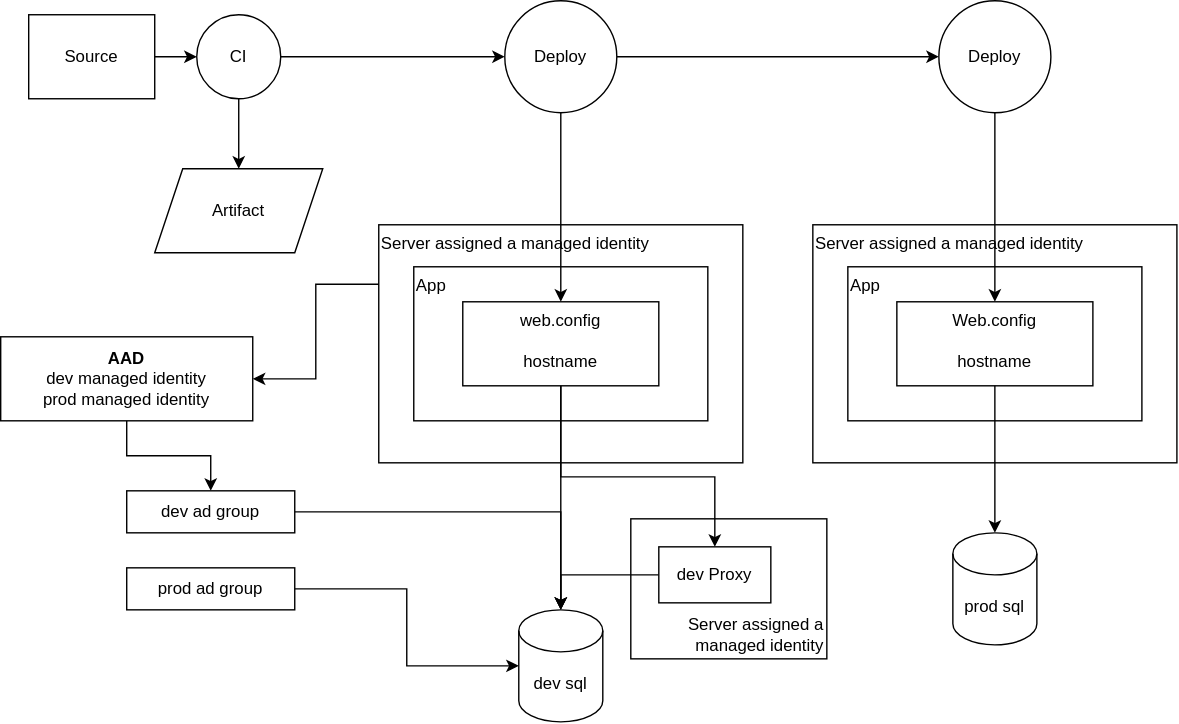
This is connectionstring.svg from vjavle/invoicecloud, a draw.io export, as it was before one commit. Source tidied: cells renumbered, new cells last; positions are measured from the earlier drawing's top-left corner, leaving out a move shared by most shapes.
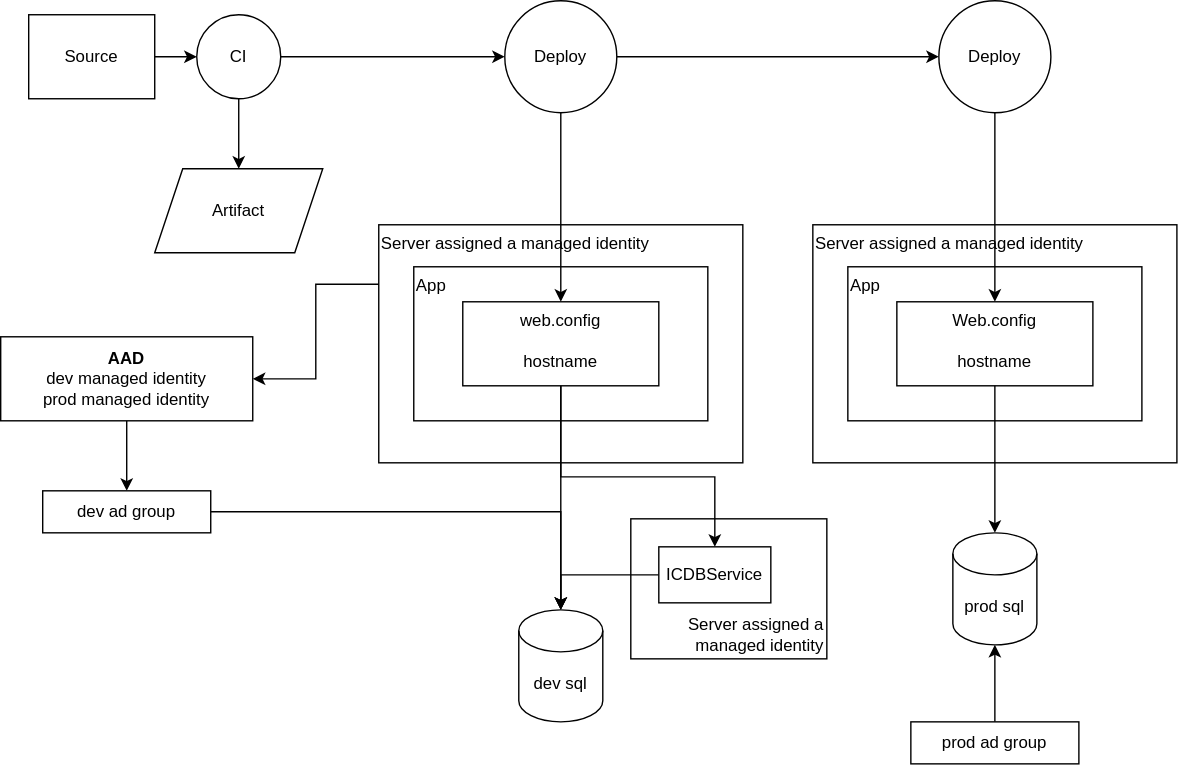
After the commit.

The edit, as a diff of the source:
```diff
@@ -89,18 +89,18 @@
       <mxGeometry relative="1" as="geometry" />
     </mxCell>
     <mxCell id="29" value="dev ad group" style="rounded=0;whiteSpace=wrap;html=1;" parent="1" vertex="1">
-      <mxGeometry x="90" y="350" width="120" height="30" as="geometry" />
+      <mxGeometry x="30" y="350" width="120" height="30" as="geometry" />
     </mxCell>
-    <mxCell id="30" style="edgeStyle=orthogonalEdgeStyle;rounded=0;jettySize=auto;html=1;startArrow=none;startFill=0;endArrow=classic;endFill=1;" parent="1" edge="1" source="31" target="22">
+    <mxCell id="30" style="edgeStyle=orthogonalEdgeStyle;rounded=0;jettySize=auto;html=1;startArrow=none;startFill=0;endArrow=classic;endFill=1;entryX=0.5;entryY=1;entryDx=0;entryDy=0;entryPerimeter=0;" parent="1" edge="1" source="31" target="24">
       <mxGeometry relative="1" as="geometry" />
     </mxCell>
     <mxCell id="31" value="prod ad group" style="rounded=0;whiteSpace=wrap;html=1;" parent="1" vertex="1">
-      <mxGeometry x="90" y="405" width="120" height="30" as="geometry" />
+      <mxGeometry x="650" y="515" width="120" height="30" as="geometry" />
     </mxCell>
     <mxCell id="32" style="edgeStyle=orthogonalEdgeStyle;rounded=0;jettySize=auto;html=1;startArrow=none;startFill=0;endArrow=classic;endFill=1;" parent="1" edge="1" source="33" target="22">
       <mxGeometry relative="1" as="geometry" />
     </mxCell>
-    <mxCell id="33" value="dev Proxy" style="rounded=0;whiteSpace=wrap;html=1;" parent="1" vertex="1">
+    <mxCell id="33" value="ICDBService" style="rounded=0;whiteSpace=wrap;html=1;" parent="1" vertex="1">
       <mxGeometry x="470" y="390" width="80" height="40" as="geometry" />
     </mxCell>
   </root>
```
